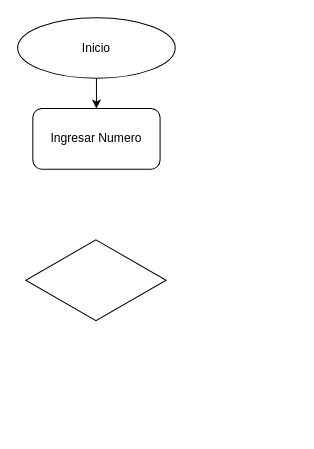
This is Lab - 2.drawio from CarlosUanl/Trabajos-MDLP--3-oportunidad-, a draw.io file, before an edit. Source tidied: cells renumbered, new cells numbered last; positions are measured from the earlier drawing's top-left corner, leaving out a move shared by most shapes. Both pictures are drawn from the tidied source at 101%, with x=0, y=0 at pixel (17, 17).
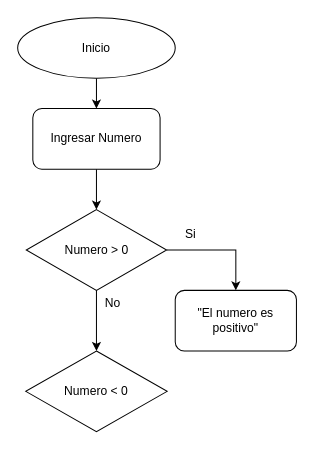
After the change.

What changed in the source:
```diff
@@
 <mxGraphModel>
   <root>
     <mxCell id="0" />
     <mxCell id="1" parent="0" />
     <mxCell id="2" style="edgeStyle=orthogonalEdgeStyle;rounded=0;jettySize=auto;html=1;entryX=0.5;entryY=0;entryDx=0;entryDy=0;" parent="1" edge="1" source="3" target="4">
       <mxGeometry relative="1" as="geometry" />
     </mxCell>
     <mxCell id="3" value="Inicio" style="ellipse;whiteSpace=wrap;html=1;" parent="1" vertex="1">
       <mxGeometry width="156" height="60" as="geometry" />
     </mxCell>
+    <mxCell id="6" style="edgeStyle=orthogonalEdgeStyle;rounded=0;jettySize=auto;html=1;" parent="1" edge="1" source="4" target="5">
+      <mxGeometry relative="1" as="geometry" />
+    </mxCell>
     <mxCell id="4" value="Ingresar Numero" style="rounded=1;whiteSpace=wrap;html=1;" parent="1" vertex="1">
       <mxGeometry x="15" y="90" width="126" height="60" as="geometry" />
     </mxCell>
+    <mxCell id="7" style="edgeStyle=orthogonalEdgeStyle;rounded=0;jettySize=auto;html=1;entryX=0.5;entryY=0;entryDx=0;entryDy=0;" parent="1" edge="1" source="5" target="9">
+      <mxGeometry relative="1" as="geometry" />
+    </mxCell>
+    <mxCell id="8" style="edgeStyle=orthogonalEdgeStyle;rounded=0;jettySize=auto;html=1;entryX=0.5;entryY=0;entryDx=0;entryDy=0;" parent="1" edge="1" source="5" target="11">
+      <mxGeometry relative="1" as="geometry" />
+    </mxCell>
-    <mxCell id="5" style="rhombus;whiteSpace=wrap;html=1;" parent="1" vertex="1">
-      <mxGeometry x="8" y="220" width="139" height="80" as="geometry" />
+    <mxCell id="5" value="Numero &amp;gt; 0" style="rhombus;whiteSpace=wrap;html=1;" parent="1" vertex="1">
+      <mxGeometry x="8.5" y="190" width="139" height="80" as="geometry" />
     </mxCell>
+    <mxCell id="9" value="&quot;El numero es positivo&quot;" style="rounded=1;whiteSpace=wrap;html=1;" parent="1" vertex="1">
+      <mxGeometry x="156" y="270" width="120" height="60" as="geometry" />
+    </mxCell>
+    <mxCell id="10" value="Si" style="text;html=1;align=center;verticalAlign=middle;strokeColor=none;fillColor=none;" parent="1" vertex="1">
+      <mxGeometry x="156" y="200" width="30" height="30" as="geometry" />
+    </mxCell>
+    <mxCell id="11" value="Numero &amp;lt; 0" style="rhombus;whiteSpace=wrap;html=1;" parent="1" vertex="1">
+      <mxGeometry x="8" y="330" width="140" height="80" as="geometry" />
+    </mxCell>
+    <mxCell id="12" value="No" style="text;html=1;align=center;verticalAlign=middle;strokeColor=none;fillColor=none;" parent="1" vertex="1">
+      <mxGeometry x="74" y="268" width="40" height="30" as="geometry" />
+    </mxCell>
   </root>
 </mxGraphModel>
```
